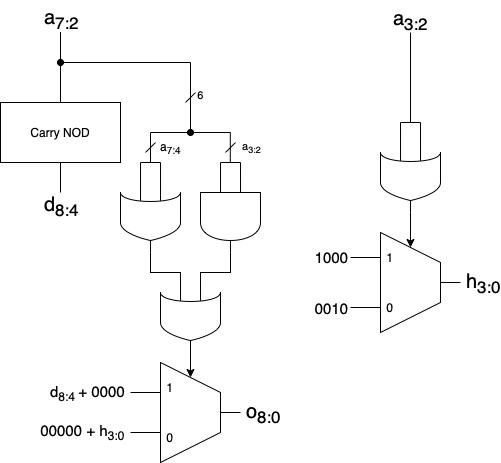
Before: Logic Diagrams/APPROX_8BIT_NOD.png, a diagram exported from draw.io (savedbyawaif/ApproxNOD). Source tidied: cells renumbered, new cells last; positions are measured from the earlier drawing's top-left corner, leaving out a move shared by most shapes.
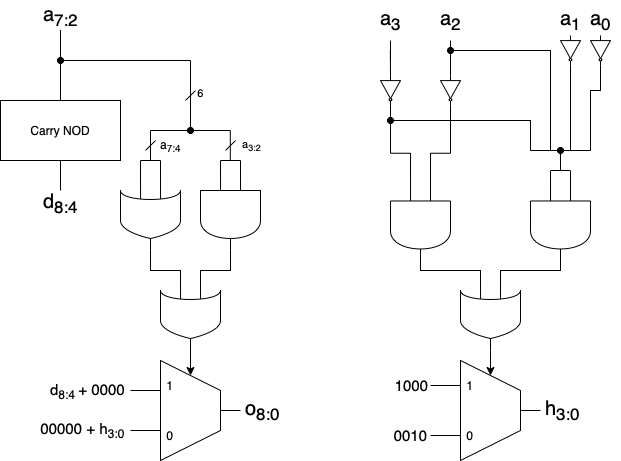
Above is the later version.

What changed in the source:
```diff
@@ -178,42 +178,9 @@
     <mxCell id="38" value="&lt;font style=&quot;font-size: 15px;&quot;&gt;00000 + h&lt;sub&gt;3:0&lt;/sub&gt;&lt;/font&gt;" style="text;html=1;align=center;verticalAlign=middle;strokeColor=none;fillColor=none;" parent="1" vertex="1">
       <mxGeometry x="27" y="417" width="110" height="30" as="geometry" />
     </mxCell>
-    <mxCell id="39" style="edgeStyle=orthogonalEdgeStyle;rounded=0;jettySize=auto;html=1;exitX=0.14;exitY=0.666;exitDx=0;exitDy=0;exitPerimeter=0;endArrow=none;endFill=0;" parent="1" edge="1" source="41">
-      <mxGeometry relative="1" as="geometry">
-        <mxPoint x="400" y="122" as="targetPoint" />
-      </mxGeometry>
-    </mxCell>
-    <mxCell id="40" style="edgeStyle=orthogonalEdgeStyle;rounded=0;jettySize=auto;html=1;exitX=0.14;exitY=0.333;exitDx=0;exitDy=0;exitPerimeter=0;endArrow=none;endFill=0;" parent="1" edge="1" source="41">
-      <mxGeometry relative="1" as="geometry">
-        <mxPoint x="420" y="122" as="targetPoint" />
-      </mxGeometry>
-    </mxCell>
-    <mxCell id="41" style="shape=(stored shape, 432 characters);whiteSpace=wrap;html=1;fontSize=10;direction=south;" parent="1" vertex="1">
-      <mxGeometry x="380" y="152" width="60" height="60" as="geometry" />
-    </mxCell>
-    <mxCell id="42" style="endArrow=none;html=1;rounded=1;curved=0;" parent="1" edge="1">
-      <mxGeometry relative="1" as="geometry">
-        <mxPoint x="400" y="122" as="sourcePoint" />
-        <mxPoint x="420" y="122" as="targetPoint" />
-      </mxGeometry>
-    </mxCell>
-    <mxCell id="43" style="endArrow=none;html=1;rounded=0;endFill=0;" parent="1" edge="1">
-      <mxGeometry relative="1" as="geometry">
-        <mxPoint x="410" y="32" as="sourcePoint" />
-        <mxPoint x="410" y="122" as="targetPoint" />
-      </mxGeometry>
-    </mxCell>
-    <mxCell id="44" value="&lt;font style=&quot;font-size: 20px;&quot;&gt;a&lt;sub&gt;3:2&lt;/sub&gt;&lt;/font&gt;" style="text;html=1;align=center;verticalAlign=middle;strokeColor=none;fillColor=none;" parent="1" vertex="1">
-      <mxGeometry x="380" width="60" height="40" as="geometry" />
-    </mxCell>
-    <mxCell id="45" style="edgeStyle=orthogonalEdgeStyle;rounded=0;jettySize=auto;html=1;exitX=1;exitY=0.5;exitDx=0;exitDy=0;exitPerimeter=0;entryX=0.5;entryY=0.15;entryDx=0;entryDy=0;entryPerimeter=0;" parent="1" edge="1" source="41">
-      <mxGeometry relative="1" as="geometry">
-        <mxPoint x="410" y="247" as="targetPoint" />
-      </mxGeometry>
-    </mxCell>
     <mxCell id="46" style="edgeStyle=orthogonalEdgeStyle;rounded=0;jettySize=auto;html=1;exitX=1;exitY=0.5;exitDx=0;exitDy=0;exitPerimeter=0;endArrow=none;endFill=0;" parent="1" edge="1" source="48">
       <mxGeometry relative="1" as="geometry">
-        <mxPoint x="460" y="282" as="targetPoint" />
+        <mxPoint x="540" y="412" as="targetPoint" />
       </mxGeometry>
     </mxCell>
     <mxCell id="47" value="&lt;font&gt;&lt;sub&gt;&lt;span style=&quot;font-size: 20px;&quot;&gt;h&lt;sub&gt;3:0&lt;/sub&gt;&lt;/span&gt;&lt;/sub&gt;&lt;/font&gt;" style="edgeLabel;html=1;align=center;verticalAlign=middle;labelBackgroundColor=none;" parent="46" vertex="1">
@@ -222,11 +189,11 @@
       </mxGeometry>
     </mxCell>
     <mxCell id="48" style="shape=(stored shape, 364 characters);whiteSpace=wrap;html=1;" parent="1" vertex="1">
-      <mxGeometry x="380" y="232" width="60" height="100" as="geometry" />
+      <mxGeometry x="460" y="362" width="60" height="100" as="geometry" />
     </mxCell>
     <mxCell id="49" style="edgeStyle=orthogonalEdgeStyle;rounded=0;jettySize=auto;html=1;endArrow=none;endFill=0;" parent="1" edge="1" source="51">
       <mxGeometry relative="1" as="geometry">
-        <mxPoint x="350" y="257" as="targetPoint" />
+        <mxPoint x="430" y="387" as="targetPoint" />
       </mxGeometry>
     </mxCell>
     <mxCell id="50" value="&lt;font style=&quot;font-size: 15px;&quot;&gt;1000&lt;/font&gt;" style="edgeLabel;html=1;align=center;verticalAlign=middle;labelBackgroundColor=none;" parent="49" vertex="1">
@@ -235,11 +202,11 @@
       </mxGeometry>
     </mxCell>
     <mxCell id="51" value="1" style="text;strokeColor=none;align=center;fillColor=none;html=1;verticalAlign=middle;whiteSpace=wrap;rounded=0;" parent="1" vertex="1">
-      <mxGeometry x="380" y="242" width="20" height="30" as="geometry" />
+      <mxGeometry x="460" y="372" width="20" height="30" as="geometry" />
     </mxCell>
     <mxCell id="52" style="edgeStyle=orthogonalEdgeStyle;rounded=0;jettySize=auto;html=1;exitX=0;exitY=0.5;exitDx=0;exitDy=0;endArrow=none;endFill=0;" parent="1" edge="1" source="54">
       <mxGeometry relative="1" as="geometry">
-        <mxPoint x="350" y="307" as="targetPoint" />
+        <mxPoint x="430" y="437" as="targetPoint" />
       </mxGeometry>
     </mxCell>
     <mxCell id="53" value="&lt;font style=&quot;font-size: 15px;&quot;&gt;0010&lt;/font&gt;" style="edgeLabel;html=1;align=center;verticalAlign=middle;labelBackgroundColor=none;" parent="52" vertex="1">
@@ -248,7 +215,148 @@
       </mxGeometry>
     </mxCell>
     <mxCell id="54" value="0" style="text;strokeColor=none;align=center;fillColor=none;html=1;verticalAlign=middle;whiteSpace=wrap;rounded=0;" parent="1" vertex="1">
-      <mxGeometry x="380" y="292" width="20" height="30" as="geometry" />
+      <mxGeometry x="460" y="422" width="20" height="30" as="geometry" />
     </mxCell>
+    <mxCell id="55" value="&lt;font style=&quot;font-size: 20px;&quot;&gt;a&lt;sub&gt;3&lt;/sub&gt;&lt;/font&gt;" style="text;html=1;align=center;verticalAlign=middle;points=[];strokeColor=none;fillColor=none;" parent="1" vertex="1">
+      <mxGeometry x="370" y="2" width="40" height="40" as="geometry" />
+    </mxCell>
+    <mxCell id="56" value="&lt;font style=&quot;font-size: 20px;&quot;&gt;a&lt;sub&gt;2&lt;/sub&gt;&lt;/font&gt;" style="text;html=1;align=center;verticalAlign=middle;points=[];strokeColor=none;fillColor=none;" parent="1" vertex="1">
+      <mxGeometry x="430" y="2" width="40" height="40" as="geometry" />
+    </mxCell>
+    <mxCell id="57" value="&lt;font style=&quot;font-size: 20px;&quot;&gt;a&lt;sub&gt;1&lt;/sub&gt;&lt;/font&gt;" style="text;html=1;align=center;verticalAlign=middle;strokeColor=none;fillColor=none;" parent="1" vertex="1">
+      <mxGeometry x="550" y="2" width="40" height="40" as="geometry" />
+    </mxCell>
+    <mxCell id="58" value="&lt;font style=&quot;font-size: 20px;&quot;&gt;a&lt;sub&gt;0&lt;/sub&gt;&lt;/font&gt;" style="text;html=1;align=center;verticalAlign=middle;strokeColor=none;fillColor=none;" parent="1" vertex="1">
+      <mxGeometry x="580" y="2" width="40" height="40" as="geometry" />
+    </mxCell>
+    <mxCell id="59" style="edgeStyle=orthogonalEdgeStyle;rounded=0;jettySize=auto;html=1;exitX=0;exitY=0.5;exitDx=0;exitDy=0;exitPerimeter=0;endArrow=none;endFill=0;" parent="1" edge="1" source="60">
+      <mxGeometry relative="1" as="geometry">
+        <mxPoint x="389.8" y="52" as="targetPoint" />
+      </mxGeometry>
+    </mxCell>
+    <mxCell id="60" style="verticalLabelPosition=bottom;shadow=0;dashed=0;align=center;html=1;verticalAlign=top;shape=mxgraph.electrical.logic_gates.inverter_2;rotation=90;" parent="1" vertex="1">
+      <mxGeometry x="375" y="82" width="30" height="20" as="geometry" />
+    </mxCell>
+    <mxCell id="61" style="verticalLabelPosition=bottom;shadow=0;dashed=0;align=center;html=1;verticalAlign=top;shape=mxgraph.electrical.logic_gates.inverter_2;rotation=90;" parent="1" vertex="1">
+      <mxGeometry x="435" y="82" width="30" height="20" as="geometry" />
+    </mxCell>
+    <mxCell id="62" style="edgeStyle=orthogonalEdgeStyle;rounded=0;jettySize=auto;html=1;exitX=1;exitY=0.5;exitDx=0;exitDy=0;exitPerimeter=0;endArrow=none;endFill=0;" parent="1" edge="1" source="63">
+      <mxGeometry relative="1" as="geometry">
+        <mxPoint x="570" y="152" as="targetPoint" />
+      </mxGeometry>
+    </mxCell>
+    <mxCell id="63" style="verticalLabelPosition=bottom;shadow=0;dashed=0;align=center;html=1;verticalAlign=top;shape=mxgraph.electrical.logic_gates.inverter_2;rotation=90;" parent="1" vertex="1">
+      <mxGeometry x="555" y="42" width="30" height="20" as="geometry" />
+    </mxCell>
+    <mxCell id="64" style="edgeStyle=orthogonalEdgeStyle;rounded=0;jettySize=auto;html=1;exitX=1;exitY=0.5;exitDx=0;exitDy=0;exitPerimeter=0;endArrow=none;endFill=0;" parent="1" edge="1" source="65">
+      <mxGeometry relative="1" as="geometry">
+        <mxPoint x="590" y="152" as="targetPoint" />
+        <Array as="points">
+          <mxPoint x="600" y="92" />
+          <mxPoint x="590" y="92" />
+        </Array>
+      </mxGeometry>
+    </mxCell>
+    <mxCell id="65" style="verticalLabelPosition=bottom;shadow=0;dashed=0;align=center;html=1;verticalAlign=top;shape=mxgraph.electrical.logic_gates.inverter_2;rotation=90;" parent="1" vertex="1">
+      <mxGeometry x="585" y="42" width="30" height="20" as="geometry" />
+    </mxCell>
+    <mxCell id="66" style="edgeStyle=orthogonalEdgeStyle;rounded=0;jettySize=auto;html=1;exitX=0;exitY=0.666;exitDx=0;exitDy=0;exitPerimeter=0;endArrow=none;endFill=0;" parent="1" edge="1" source="68">
+      <mxGeometry relative="1" as="geometry">
+        <mxPoint x="550" y="172.5" as="targetPoint" />
+      </mxGeometry>
+    </mxCell>
+    <mxCell id="67" style="edgeStyle=orthogonalEdgeStyle;rounded=0;jettySize=auto;html=1;exitX=0;exitY=0.333;exitDx=0;exitDy=0;exitPerimeter=0;endArrow=none;endFill=0;" parent="1" edge="1" source="68">
+      <mxGeometry relative="1" as="geometry">
+        <mxPoint x="570" y="172.5" as="targetPoint" />
+      </mxGeometry>
+    </mxCell>
+    <mxCell id="68" style="shape=(stored shape, 384 characters);whiteSpace=wrap;html=1;fontSize=10;direction=south;" parent="1" vertex="1">
+      <mxGeometry x="530" y="202.5" width="60" height="60" as="geometry" />
+    </mxCell>
+    <mxCell id="69" style="endArrow=none;html=1;rounded=1;curved=0;" parent="1" edge="1">
+      <mxGeometry relative="1" as="geometry">
+        <mxPoint x="550" y="172" as="sourcePoint" />
+        <mxPoint x="570" y="172" as="targetPoint" />
+      </mxGeometry>
+    </mxCell>
+    <mxCell id="70" style="edgeStyle=orthogonalEdgeStyle;rounded=0;jettySize=auto;html=1;endArrow=none;endFill=0;" parent="1" edge="1" source="55">
+      <mxGeometry relative="1" as="geometry">
+        <mxPoint x="390" y="52" as="targetPoint" />
+      </mxGeometry>
+    </mxCell>
+    <mxCell id="71" style="edgeStyle=orthogonalEdgeStyle;rounded=0;jettySize=auto;html=1;entryX=0;entryY=0.5;entryDx=0;entryDy=0;entryPerimeter=0;endArrow=none;endFill=0;" parent="1" edge="1" source="56" target="61">
+      <mxGeometry relative="1" as="geometry" />
+    </mxCell>
+    <mxCell id="72" style="endArrow=oval;html=1;rounded=0;endFill=1;" parent="1" edge="1">
+      <mxGeometry relative="1" as="geometry">
+        <mxPoint x="390" y="122" as="sourcePoint" />
+        <mxPoint x="390" y="122" as="targetPoint" />
+        <Array as="points">
+          <mxPoint x="480" y="122" />
+          <mxPoint x="530" y="122" />
+        </Array>
+      </mxGeometry>
+    </mxCell>
+    <mxCell id="73" style="endArrow=oval;html=1;rounded=0;endFill=1;" parent="1" edge="1">
+      <mxGeometry relative="1" as="geometry">
+        <mxPoint x="550" y="152" as="sourcePoint" />
+        <mxPoint x="450" y="52" as="targetPoint" />
+        <Array as="points">
+          <mxPoint x="550" y="102" />
+          <mxPoint x="550" y="52" />
+          <mxPoint x="540" y="52" />
+          <mxPoint x="500" y="52" />
+        </Array>
+      </mxGeometry>
+    </mxCell>
+    <mxCell id="74" style="endArrow=none;html=1;rounded=0;" parent="1" edge="1">
+      <mxGeometry relative="1" as="geometry">
+        <mxPoint x="530" y="152" as="sourcePoint" />
+        <mxPoint x="590" y="152" as="targetPoint" />
+      </mxGeometry>
+    </mxCell>
+    <mxCell id="75" style="endArrow=oval;html=1;rounded=0;endFill=1;" parent="1" edge="1">
+      <mxGeometry relative="1" as="geometry">
+        <mxPoint x="560" y="172" as="sourcePoint" />
+        <mxPoint x="560" y="152" as="targetPoint" />
+      </mxGeometry>
+    </mxCell>
+    <mxCell id="76" style="endArrow=none;html=1;rounded=0;" parent="1" edge="1">
+      <mxGeometry relative="1" as="geometry">
+        <mxPoint x="530" y="152" as="sourcePoint" />
+        <mxPoint x="530" y="122" as="targetPoint" />
+      </mxGeometry>
+    </mxCell>
+    <mxCell id="77" style="shape=(stored shape, 384 characters);whiteSpace=wrap;html=1;fontSize=10;direction=south;" parent="1" vertex="1">
+      <mxGeometry x="390" y="202.5" width="60" height="60" as="geometry" />
+    </mxCell>
+    <mxCell id="78" style="shape=(stored shape, 432 characters);whiteSpace=wrap;html=1;fontSize=10;direction=south;" parent="1" vertex="1">
+      <mxGeometry x="460" y="292" width="60" height="60" as="geometry" />
+    </mxCell>
+    <mxCell id="79" style="edgeStyle=orthogonalEdgeStyle;rounded=0;jettySize=auto;html=1;entryX=0.14;entryY=0.666;entryDx=0;entryDy=0;entryPerimeter=0;endArrow=none;endFill=0;" parent="1" edge="1" source="77" target="78">
+      <mxGeometry relative="1" as="geometry">
+        <Array as="points">
+          <mxPoint x="420" y="272" />
+          <mxPoint x="480" y="272" />
+        </Array>
+      </mxGeometry>
+    </mxCell>
+    <mxCell id="80" style="edgeStyle=orthogonalEdgeStyle;rounded=0;jettySize=auto;html=1;exitX=1;exitY=0.5;exitDx=0;exitDy=0;exitPerimeter=0;entryX=0.14;entryY=0.333;entryDx=0;entryDy=0;entryPerimeter=0;endArrow=none;endFill=0;" parent="1" edge="1" source="68" target="78">
+      <mxGeometry relative="1" as="geometry">
+        <Array as="points">
+          <mxPoint x="560" y="272" />
+          <mxPoint x="500" y="272" />
+        </Array>
+      </mxGeometry>
+    </mxCell>
+    <mxCell id="81" style="edgeStyle=orthogonalEdgeStyle;rounded=0;jettySize=auto;html=1;exitX=1;exitY=0.5;exitDx=0;exitDy=0;exitPerimeter=0;entryX=0.5;entryY=0.15;entryDx=0;entryDy=0;entryPerimeter=0;" parent="1" edge="1" source="78" target="48">
+      <mxGeometry relative="1" as="geometry" />
+    </mxCell>
+    <mxCell id="82" style="edgeStyle=orthogonalEdgeStyle;rounded=0;jettySize=auto;html=1;exitX=1;exitY=0.5;exitDx=0;exitDy=0;exitPerimeter=0;entryX=0;entryY=0.666;entryDx=0;entryDy=0;entryPerimeter=0;endArrow=none;endFill=0;" parent="1" edge="1" source="60" target="77">
+      <mxGeometry relative="1" as="geometry" />
+    </mxCell>
+    <mxCell id="83" style="edgeStyle=orthogonalEdgeStyle;rounded=0;jettySize=auto;html=1;exitX=1;exitY=0.5;exitDx=0;exitDy=0;exitPerimeter=0;entryX=0;entryY=0.333;entryDx=0;entryDy=0;entryPerimeter=0;endArrow=none;endFill=0;" parent="1" edge="1" source="61" target="77">
+      <mxGeometry relative="1" as="geometry" />
+    </mxCell>
   </root>
 </mxGraphModel>
```
